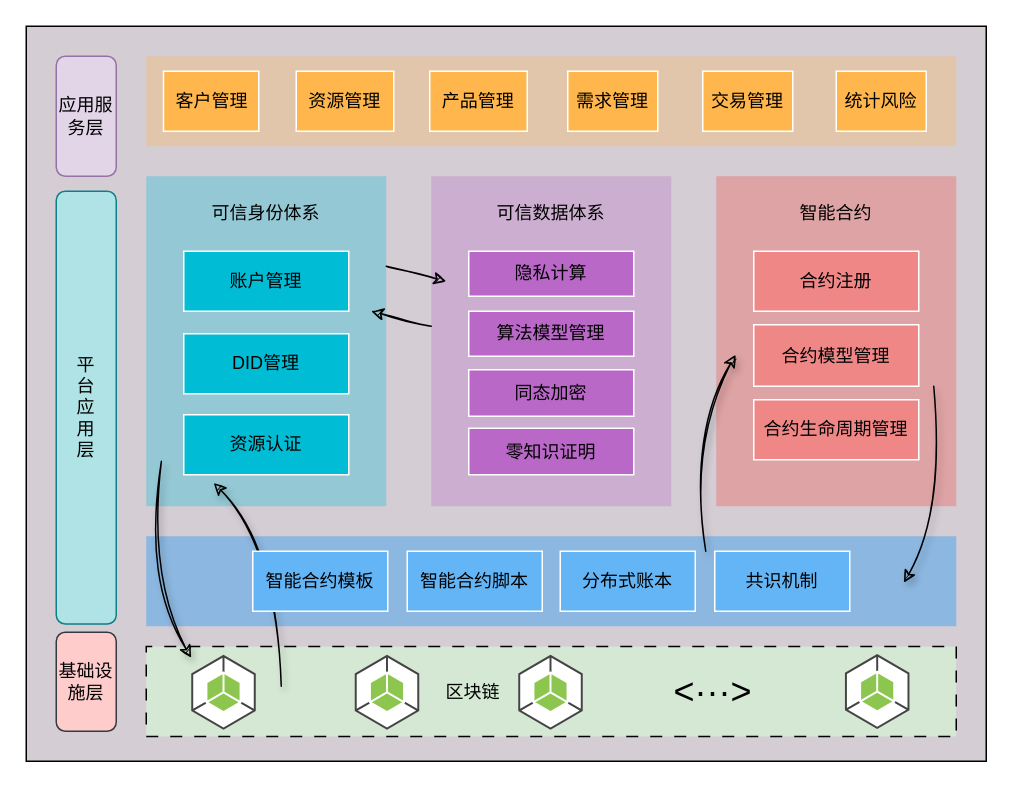
Earlier version of the draw.io diagram page "第 1 页" (1 of 3) of drawio/blockchain.drawio (raingnight/Blog_Pic). Source tidied: cells renumbered, new cells numbered last; positions are measured from the earlier drawing's top-left corner, leaving out a move shared by most shapes. Both pictures are drawn from the tidied source at 150%, with x=0, y=0 at pixel (26, 26).
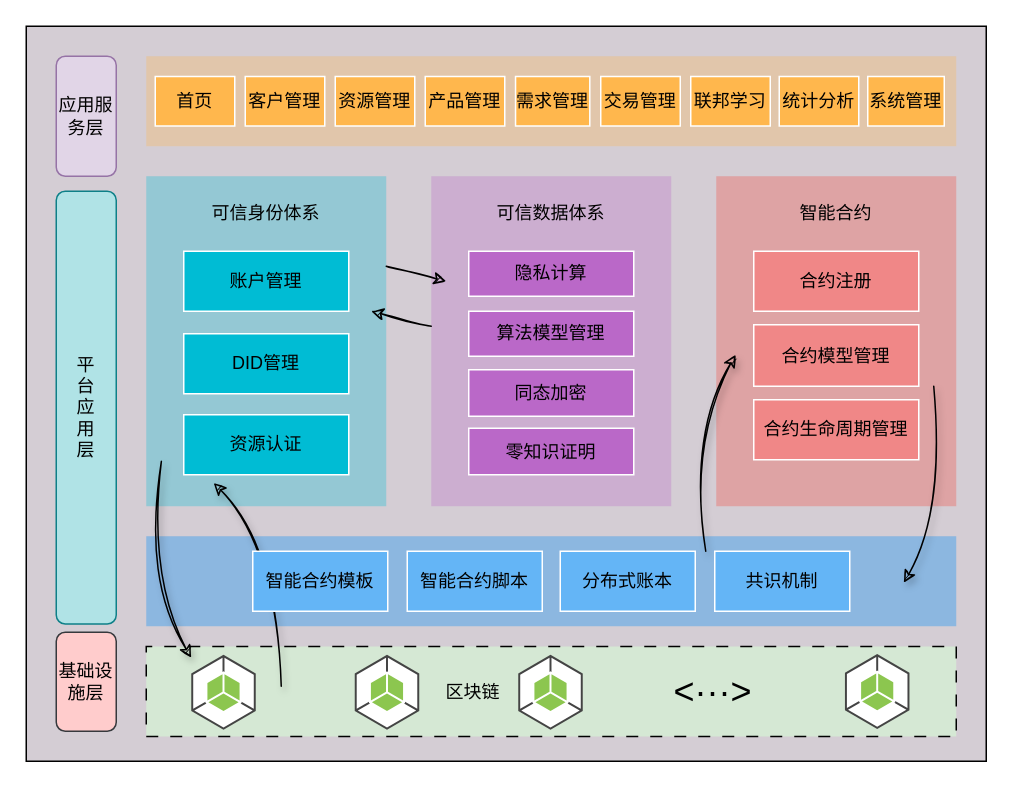
Above is the later version.

Change to the diagram source:
```diff
@@
     <mxCell id="24" value="客户管理" style="rounded=0;whiteSpace=wrap;html=1;flipH=1;fillColor=#ffb74d;strokeColor=#FFFFFF;flipV=1;" parent="1" vertex="1">
-      <mxGeometry x="91.5" y="30" width="63.5" height="40" as="geometry" />
+      <mxGeometry x="146" y="33.5" width="53" height="33" as="geometry" />
     </mxCell>
@@
     <mxCell id="31" value="资源管理" style="rounded=0;whiteSpace=wrap;html=1;flipH=1;fillColor=#ffb74d;strokeColor=#FFFFFF;flipV=1;" parent="1" vertex="1">
-      <mxGeometry x="180" y="30" width="65" height="40" as="geometry" />
+      <mxGeometry x="206" y="33.5" width="53" height="33" as="geometry" />
     </mxCell>
     <mxCell id="32" value="产品管理" style="rounded=0;whiteSpace=wrap;html=1;flipH=1;fillColor=#ffb74d;strokeColor=#FFFFFF;flipV=1;" parent="1" vertex="1">
-      <mxGeometry x="269" y="30" width="65" height="40" as="geometry" />
+      <mxGeometry x="266" y="33.5" width="53" height="33" as="geometry" />
     </mxCell>
     <mxCell id="33" value="需求管理" style="rounded=0;whiteSpace=wrap;html=1;flipH=1;fillColor=#ffb74d;strokeColor=#FFFFFF;flipV=1;" parent="1" vertex="1">
-      <mxGeometry x="361" y="30" width="60" height="40" as="geometry" />
+      <mxGeometry x="326.2" y="33.5" width="49.5" height="33" as="geometry" />
     </mxCell>
     <mxCell id="34" value="交易管理" style="rounded=0;whiteSpace=wrap;html=1;flipH=1;fillColor=#ffb74d;strokeColor=#FFFFFF;flipV=1;" parent="1" vertex="1">
-      <mxGeometry x="451" y="30" width="60" height="40" as="geometry" />
+      <mxGeometry x="383" y="33.5" width="53" height="33" as="geometry" />
     </mxCell>
-    <mxCell id="35" value="统计风险" style="rounded=0;whiteSpace=wrap;html=1;flipH=1;fillColor=#ffb74d;strokeColor=#FFFFFF;flipV=1;" parent="1" vertex="1">
-      <mxGeometry x="540" y="30" width="60" height="40" as="geometry" />
+    <mxCell id="35" value="统计分析" style="rounded=0;whiteSpace=wrap;html=1;flipH=1;fillColor=#ffb74d;strokeColor=#FFFFFF;flipV=1;" parent="1" vertex="1">
+      <mxGeometry x="502" y="33.5" width="53" height="33" as="geometry" />
     </mxCell>
@@
+    <mxCell id="47" value="首页" style="rounded=0;whiteSpace=wrap;html=1;flipH=1;fillColor=#ffb74d;strokeColor=#FFFFFF;flipV=1;" parent="1" vertex="1">
+      <mxGeometry x="86" y="33.5" width="53" height="33" as="geometry" />
+    </mxCell>
+    <mxCell id="48" value="联邦学习" style="rounded=0;whiteSpace=wrap;html=1;flipH=1;fillColor=#ffb74d;strokeColor=#FFFFFF;flipV=1;" parent="1" vertex="1">
+      <mxGeometry x="443" y="33.5" width="53" height="33" as="geometry" />
+    </mxCell>
+    <mxCell id="49" value="系统管理" style="rounded=0;whiteSpace=wrap;html=1;flipH=1;fillColor=#ffb74d;strokeColor=#FFFFFF;flipV=1;" parent="1" vertex="1">
+      <mxGeometry x="561" y="33.5" width="51" height="33" as="geometry" />
+    </mxCell>
```
